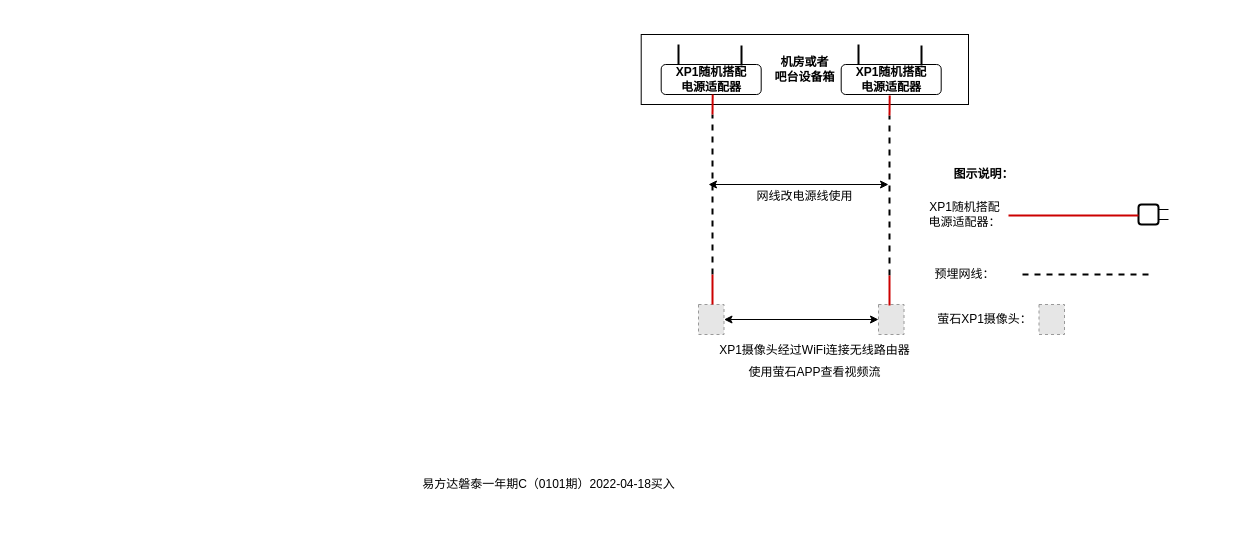
Above: 萤石XP1网线当电源线的使用方案.drawio in UTOUUCENTER-CD/Aqara (draw.io), before the change. Source tidied: cells renumbered, new cells numbered last; positions are measured from the earlier drawing's top-left corner, leaving out a move shared by most shapes. Both pictures are drawn from the tidied source at 100%, with x=0, y=0 at pixel (413, 34). Pictures stored in the file or linked from it are replaced by grey dashed boxes.
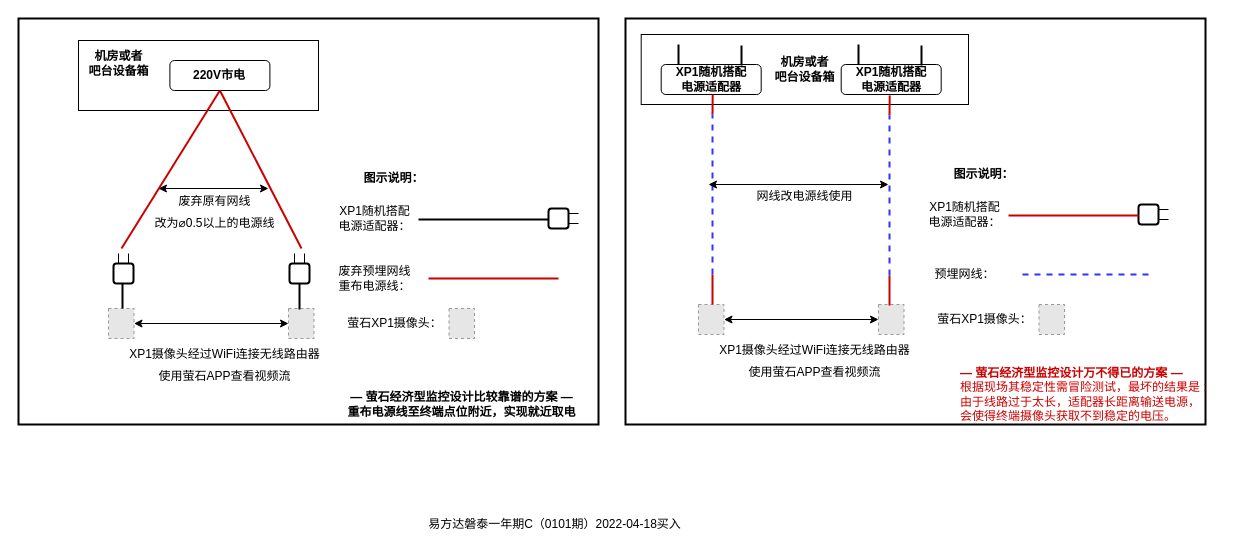
The same page after the edit.

Commit message:
Update 萤石XP1网线当电源线的使用方案.drawio

Change to the diagram source:
```diff
@@
+    <mxCell id="34" style="rounded=0;whiteSpace=wrap;html=1;fontSize=12;strokeWidth=2;gradientColor=none;fillColor=none;" parent="1" vertex="1">
+      <mxGeometry x="212" y="-16" width="580" height="406" as="geometry" />
+    </mxCell>
+    <mxCell id="35" style="rounded=0;whiteSpace=wrap;html=1;fontSize=12;strokeWidth=2;gradientColor=none;fillColor=none;" parent="1" vertex="1">
+      <mxGeometry x="-395" y="-16" width="580" height="406" as="geometry" />
+    </mxCell>
@@
-    <mxCell id="5" style="endArrow=none;html=1;rounded=0;strokeWidth=2;dashed=1;" parent="1" edge="1">
+    <mxCell id="5" style="endArrow=none;html=1;rounded=0;strokeWidth=2;dashed=1;strokeColor=#3333FF;" parent="1" edge="1">
       <mxGeometry relative="1" as="geometry">
         <mxPoint x="299" y="240" as="sourcePoint" />
         <mxPoint x="299" y="80" as="targetPoint" />
       </mxGeometry>
     </mxCell>
@@
-    <mxCell id="14" style="endArrow=none;html=1;rounded=0;strokeWidth=2;dashed=1;" parent="1" edge="1">
+    <mxCell id="14" style="endArrow=none;html=1;rounded=0;strokeWidth=2;dashed=1;strokeColor=#3333FF;" parent="1" edge="1">
       <mxGeometry relative="1" as="geometry">
         <mxPoint x="476" y="241" as="sourcePoint" />
         <mxPoint x="476" y="81" as="targetPoint" />
       </mxGeometry>
     </mxCell>
@@
-    <mxCell id="29" style="endArrow=none;html=1;rounded=0;strokeWidth=2;dashed=1;" parent="1" edge="1">
+    <mxCell id="29" style="endArrow=none;html=1;rounded=0;strokeWidth=2;dashed=1;strokeColor=#3333FF;" parent="1" edge="1">
       <mxGeometry relative="1" as="geometry">
         <mxPoint x="735" y="240" as="sourcePoint" />
         <mxPoint x="605" y="240" as="targetPoint" />
       </mxGeometry>
     </mxCell>
@@
     <mxCell id="33" value="易方达磐泰一年期C（0101期）2022-04-18买入&lt;br&gt;" style="text;html=1;align=center;verticalAlign=middle;strokeColor=none;fillColor=none;fontSize=12;" parent="1" vertex="1">
-      <mxGeometry y="440" width="270" height="20" as="geometry" />
+      <mxGeometry x="5.5" y="480" width="270" height="20" as="geometry" />
     </mxCell>
+    <mxCell id="36" style="rounded=0;whiteSpace=wrap;html=1;" parent="1" vertex="1">
+      <mxGeometry x="-335" y="6" width="240" height="70" as="geometry" />
+    </mxCell>
+    <mxCell id="37" style="fillColor=#E6E6E6;strokeColor=#999999;dashed=1;verticalLabelPosition=bottom;labelBackgroundColor=default;verticalAlign=top;" parent="1" vertex="1">
+      <mxGeometry x="-305" y="274" width="25.5" height="30" as="geometry" />
+    </mxCell>
+    <mxCell id="38" style="fillColor=#E6E6E6;strokeColor=#999999;dashed=1;verticalLabelPosition=bottom;labelBackgroundColor=default;verticalAlign=top;" parent="1" vertex="1">
+      <mxGeometry x="-125" y="274" width="25.5" height="30" as="geometry" />
+    </mxCell>
+    <mxCell id="39" style="endArrow=none;html=1;rounded=0;strokeWidth=2;entryX=0.5;entryY=1;entryDx=0;entryDy=0;strokeColor=#CC0000;" parent="1" edge="1" target="40">
+      <mxGeometry relative="1" as="geometry">
+        <mxPoint x="-292" y="214" as="sourcePoint" />
+      </mxGeometry>
+    </mxCell>
+    <mxCell id="40" value="&lt;b&gt;220V市电&lt;/b&gt;" style="rounded=1;whiteSpace=wrap;html=1;" parent="1" vertex="1">
+      <mxGeometry x="-243.6" y="26" width="100" height="30" as="geometry" />
+    </mxCell>
+    <mxCell id="41" value="&lt;font style=&quot;font-size: 12px;&quot;&gt;&lt;b&gt;机房或者&lt;br&gt;吧台设备箱&lt;/b&gt;&lt;/font&gt;" style="text;html=1;align=center;verticalAlign=middle;strokeColor=none;fillColor=none;" parent="1" vertex="1">
+      <mxGeometry x="-335" y="14" width="80" height="30" as="geometry" />
+    </mxCell>
+    <mxCell id="42" style="endArrow=classic;startArrow=classic;html=1;rounded=0;fontSize=18;" parent="1" edge="1">
+      <mxGeometry relative="1" as="geometry">
+        <mxPoint x="-255" y="154" as="sourcePoint" />
+        <mxPoint x="-145" y="154" as="targetPoint" />
+      </mxGeometry>
+    </mxCell>
+    <mxCell id="43" value="&lt;font style=&quot;font-size: 12px;&quot;&gt;废弃原有网线&lt;br&gt;改为⌀0.5以上的电源线&lt;/font&gt;" style="text;html=1;align=center;verticalAlign=middle;strokeColor=none;fillColor=none;fontSize=18;" parent="1" vertex="1">
+      <mxGeometry x="-263.6" y="151" width="130" height="50" as="geometry" />
+    </mxCell>
+    <mxCell id="44" style="endArrow=classic;startArrow=classic;html=1;rounded=0;fontSize=18;entryX=0;entryY=0.5;entryDx=0;entryDy=0;exitX=1;exitY=0.5;exitDx=0;exitDy=0;" parent="1" edge="1" source="37" target="38">
+      <mxGeometry relative="1" as="geometry" />
+    </mxCell>
+    <mxCell id="45" value="&lt;font style=&quot;font-size: 12px;&quot;&gt;XP1摄像头经过WiFi连接无线路由器&lt;br&gt;使用萤石APP查看视频流&lt;/font&gt;" style="text;html=1;align=center;verticalAlign=middle;strokeColor=none;fillColor=none;fontSize=18;" parent="1" vertex="1">
+      <mxGeometry x="-294.5" y="304" width="210" height="50" as="geometry" />
+    </mxCell>
+    <mxCell id="46" style="endArrow=none;html=1;rounded=0;fontSize=12;strokeWidth=2;strokeColor=#000000;" parent="1" edge="1">
+      <mxGeometry relative="1" as="geometry">
+        <mxPoint x="-291" y="274" as="sourcePoint" />
+        <mxPoint x="-291" y="244" as="targetPoint" />
+      </mxGeometry>
+    </mxCell>
+    <mxCell id="47" style="endArrow=none;html=1;rounded=0;strokeWidth=2;entryX=0.5;entryY=1;entryDx=0;entryDy=0;strokeColor=#CC0000;" parent="1" edge="1" target="40">
+      <mxGeometry relative="1" as="geometry">
+        <mxPoint x="-112" y="214" as="sourcePoint" />
+      </mxGeometry>
+    </mxCell>
+    <mxCell id="48" style="endArrow=none;html=1;rounded=0;fontSize=12;strokeWidth=2;strokeColor=#000000;" parent="1" edge="1">
+      <mxGeometry relative="1" as="geometry">
+        <mxPoint x="-114" y="275" as="sourcePoint" />
+        <mxPoint x="-114" y="245" as="targetPoint" />
+      </mxGeometry>
+    </mxCell>
+    <mxCell id="49" style="endArrow=none;html=1;rounded=0;fontSize=12;entryX=0.5;entryY=1;entryDx=0;entryDy=0;strokeWidth=2;strokeColor=#000000;" parent="1" edge="1">
+      <mxGeometry relative="1" as="geometry">
+        <mxPoint x="5" y="185" as="sourcePoint" />
+        <mxPoint x="135" y="185" as="targetPoint" />
+      </mxGeometry>
+    </mxCell>
+    <mxCell id="50" style="group;rotation=0;" parent="1" vertex="1">
+      <mxGeometry x="135" y="174" width="30" height="20" as="geometry" />
+    </mxCell>
+    <mxCell id="51" style="rounded=1;whiteSpace=wrap;html=1;fontSize=12;rotation=0;strokeWidth=2;" parent="50" vertex="1">
+      <mxGeometry width="20" height="20" as="geometry" />
+    </mxCell>
+    <mxCell id="52" style="endArrow=none;html=1;rounded=0;fontSize=12;exitX=0.25;exitY=0;exitDx=0;exitDy=0;" parent="50" edge="1">
+      <mxGeometry relative="1" as="geometry">
+        <mxPoint x="20" y="5" as="sourcePoint" />
+        <mxPoint x="30" y="5" as="targetPoint" />
+      </mxGeometry>
+    </mxCell>
+    <mxCell id="53" style="endArrow=none;html=1;rounded=0;fontSize=12;" parent="50" edge="1">
+      <mxGeometry relative="1" as="geometry">
+        <mxPoint x="20" y="15" as="sourcePoint" />
+        <mxPoint x="30" y="15" as="targetPoint" />
+      </mxGeometry>
+    </mxCell>
+    <mxCell id="54" value="XP1随机搭配&lt;br&gt;电源适配器：" style="text;html=1;align=center;verticalAlign=middle;strokeColor=none;fillColor=none;fontSize=12;" parent="1" vertex="1">
+      <mxGeometry x="-84.5" y="169" width="90" height="30" as="geometry" />
+    </mxCell>
+    <mxCell id="55" value="&lt;b&gt;图示说明：&lt;/b&gt;" style="text;html=1;align=center;verticalAlign=middle;strokeColor=none;fillColor=none;fontSize=12;" parent="1" vertex="1">
+      <mxGeometry x="-60" y="134" width="80" height="20" as="geometry" />
+    </mxCell>
+    <mxCell id="56" style="endArrow=none;html=1;rounded=0;strokeWidth=2;strokeColor=#CC0000;" parent="1" edge="1">
+      <mxGeometry relative="1" as="geometry">
+        <mxPoint x="145" y="244" as="sourcePoint" />
+        <mxPoint x="15" y="244" as="targetPoint" />
+      </mxGeometry>
+    </mxCell>
+    <mxCell id="57" value="废弃预埋网线&lt;br&gt;重布电源线：" style="text;html=1;align=center;verticalAlign=middle;strokeColor=none;fillColor=none;fontSize=12;" parent="1" vertex="1">
+      <mxGeometry x="-84.5" y="229" width="90" height="30" as="geometry" />
+    </mxCell>
+    <mxCell id="58" style="fillColor=#E6E6E6;strokeColor=#999999;dashed=1;verticalLabelPosition=bottom;labelBackgroundColor=default;verticalAlign=top;" parent="1" vertex="1">
+      <mxGeometry x="35.5" y="274" width="25.5" height="30" as="geometry" />
+    </mxCell>
+    <mxCell id="59" value="萤石XP1摄像头：" style="text;html=1;align=center;verticalAlign=middle;strokeColor=none;fillColor=none;fontSize=12;" parent="1" vertex="1">
+      <mxGeometry x="-74.5" y="279" width="110" height="20" as="geometry" />
+    </mxCell>
+    <mxCell id="60" style="group;rotation=-90;" parent="1" vertex="1">
+      <mxGeometry x="-305" y="224" width="30" height="20" as="geometry" />
+    </mxCell>
+    <mxCell id="61" style="rounded=1;whiteSpace=wrap;html=1;fontSize=12;rotation=-90;strokeWidth=2;" parent="60" vertex="1">
+      <mxGeometry x="5" y="5" width="20" height="20" as="geometry" />
+    </mxCell>
+    <mxCell id="62" style="endArrow=none;html=1;rounded=0;fontSize=12;exitX=0.25;exitY=0;exitDx=0;exitDy=0;" parent="60" edge="1">
+      <mxGeometry relative="1" as="geometry">
+        <mxPoint x="10" y="5" as="sourcePoint" />
+        <mxPoint x="10" y="-5" as="targetPoint" />
+      </mxGeometry>
+    </mxCell>
+    <mxCell id="63" style="endArrow=none;html=1;rounded=0;fontSize=12;" parent="60" edge="1">
+      <mxGeometry relative="1" as="geometry">
+        <mxPoint x="20" y="5" as="sourcePoint" />
+        <mxPoint x="20" y="-5" as="targetPoint" />
+      </mxGeometry>
+    </mxCell>
+    <mxCell id="64" style="group;rotation=-90;" parent="1" vertex="1">
+      <mxGeometry x="-129" y="224" width="30" height="20" as="geometry" />
+    </mxCell>
+    <mxCell id="65" style="rounded=1;whiteSpace=wrap;html=1;fontSize=12;rotation=-90;strokeWidth=2;" parent="64" vertex="1">
+      <mxGeometry x="5" y="5" width="20" height="20" as="geometry" />
+    </mxCell>
+    <mxCell id="66" style="endArrow=none;html=1;rounded=0;fontSize=12;exitX=0.25;exitY=0;exitDx=0;exitDy=0;" parent="64" edge="1">
+      <mxGeometry relative="1" as="geometry">
+        <mxPoint x="10" y="5" as="sourcePoint" />
+        <mxPoint x="10" y="-5" as="targetPoint" />
+      </mxGeometry>
+    </mxCell>
+    <mxCell id="67" style="endArrow=none;html=1;rounded=0;fontSize=12;" parent="64" edge="1">
+      <mxGeometry relative="1" as="geometry">
+        <mxPoint x="20" y="5" as="sourcePoint" />
+        <mxPoint x="20" y="-5" as="targetPoint" />
+      </mxGeometry>
+    </mxCell>
+    <mxCell id="68" value="&lt;b&gt;—&amp;nbsp;萤石经济型监控设计比较靠谱的方案 —&lt;br&gt;&lt;div style=&quot;text-align: left;&quot;&gt;&lt;b style=&quot;background-color: initial;&quot;&gt;重布电源线至终端点位附近，实现就近取电&lt;/b&gt;&lt;/div&gt;&lt;/b&gt;" style="text;html=1;align=center;verticalAlign=middle;strokeColor=none;fillColor=none;fontSize=12;" parent="1" vertex="1">
+      <mxGeometry x="-71.8" y="355" width="240" height="30" as="geometry" />
+    </mxCell>
+    <mxCell id="69" value="&lt;font color=&quot;#cc0000&quot;&gt;&lt;b&gt;—&amp;nbsp;萤石经济型监控设计万不得已的方案 —&lt;br&gt;&lt;/b&gt;根据现场其稳定性需冒险测试，最坏的结果是 :&lt;br&gt;由于线路过于太长，适配器长距离输送电源，&lt;br&gt;会使得终端摄像头获取不到稳定的电压。&lt;/font&gt;" style="text;html=1;align=left;verticalAlign=middle;strokeColor=none;fillColor=none;fontSize=12;" parent="1" vertex="1">
+      <mxGeometry x="545" y="330" width="260" height="60" as="geometry" />
+    </mxCell>
```
